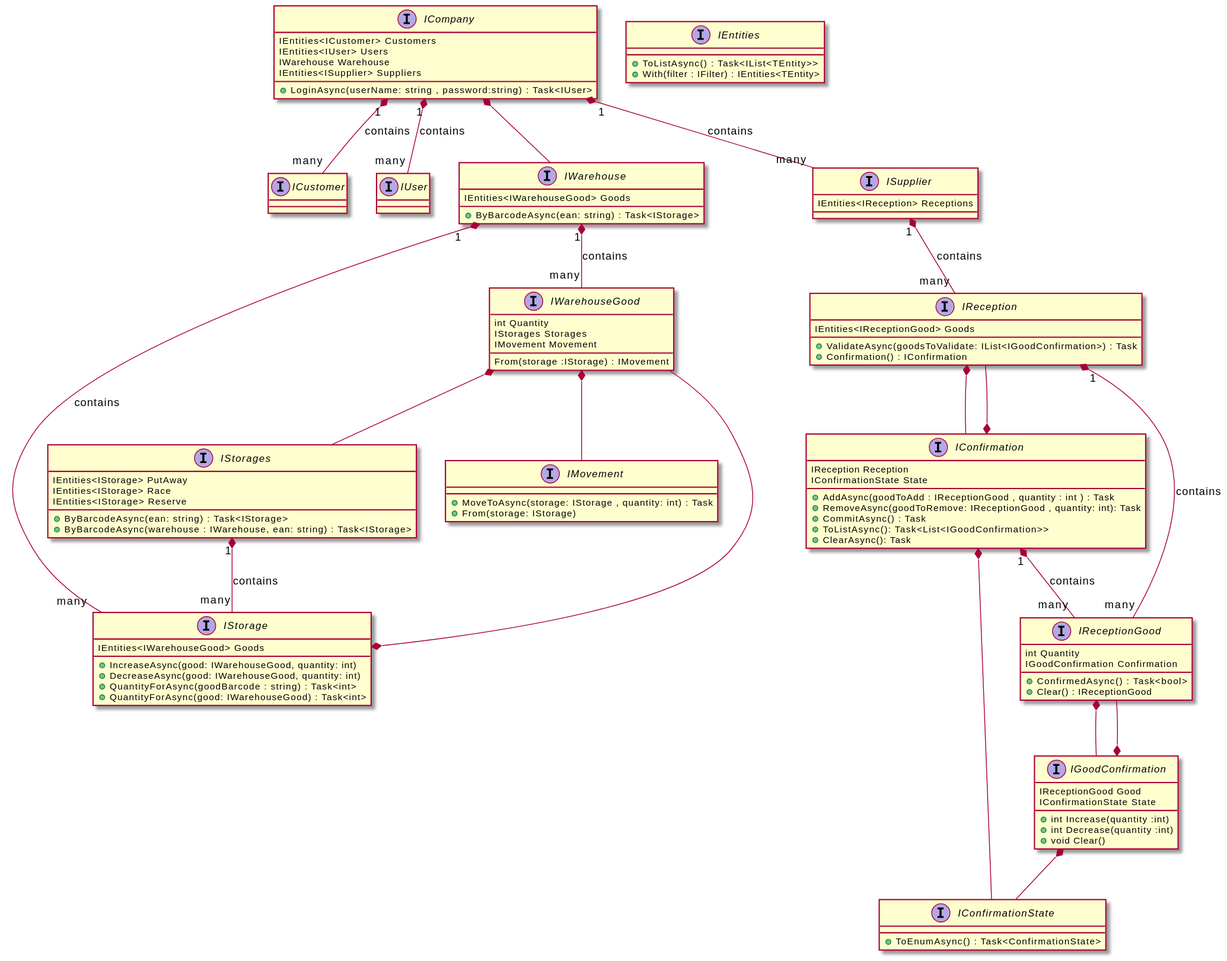
This is docs/warehouse.uml.svg from souly84/Warehouse.Core, a PlantUML export, as it was before one commit.
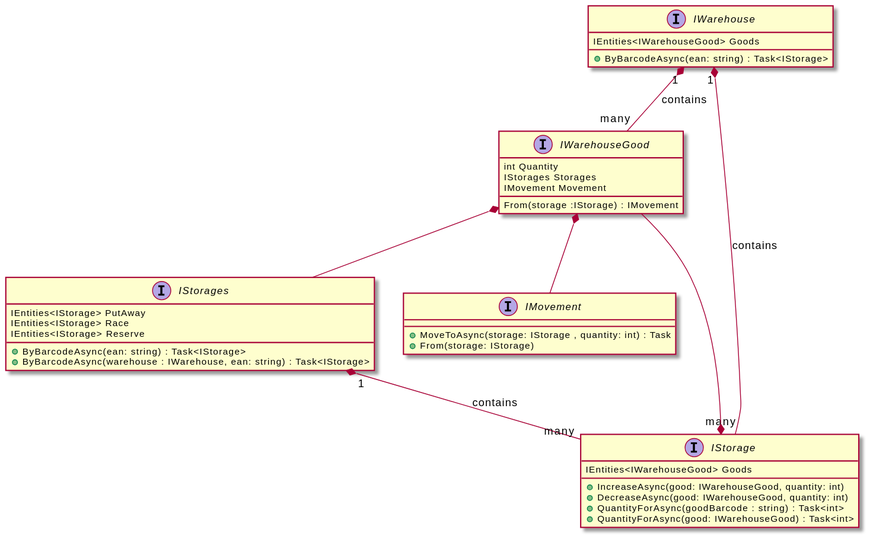
The same file after the commit.

The edit, as a diff of the source:
```diff
@@ -1,67 +1,9 @@
 @startuml
-interface       ICompany
-{
-  IEntities<ICustomer> Customers
-  IEntities<IUser> Users
-  IWarehouse Warehouse
-  IEntities<ISupplier> Suppliers
-  +LoginAsync(userName: string , password:string) : Task<IUser>
-}
-
-interface       IEntities
-{
-  +ToListAsync() : Task<IList<TEntity>>
-  +With(filter : IFilter) : IEntities<TEntity>
-}
-
-interface       ICustomer
-interface       IUser
 interface       IWarehouse
 {
   IEntities<IWarehouseGood> Goods
 
   +ByBarcodeAsync(ean: string) : Task<IStorage>
-}
-interface       ISupplier
-{
-  IEntities<IReception> Receptions
-}
-interface       IReception
-{
-  IEntities<IReceptionGood> Goods
-
-  +ValidateAsync(goodsToValidate: IList<IGoodConfirmation>) : Task
-  +Confirmation() : IConfirmation
-}
-
-interface     IConfirmation
-{
-  IReception Reception
-  IConfirmationState State
-
-  +AddAsync(goodToAdd : IReceptionGood , quantity : int ) : Task
-  +RemoveAsync(goodToRemove: IReceptionGood , quantity: int): Task
-  +CommitAsync() : Task
-  +ToListAsync(): Task<List<IGoodConfirmation>>
-  +ClearAsync(): Task
-}
-
-interface       IReceptionGood
-{
-  int Quantity
-  IGoodConfirmation Confirmation
-
-  +ConfirmedAsync() : Task<bool>
-  +Clear() : IReceptionGood
-}
-interface       IGoodConfirmation
-{
-  IReceptionGood Good
-  IConfirmationState State
-
-  +int Increase(quantity :int)
-  +int Decrease(quantity :int)
-  +void Clear()
 }
 
 interface     IWarehouseGood
@@ -96,29 +38,6 @@
   +MoveToAsync(storage: IStorage , quantity: int) : Task
   +From(storage: IStorage)
 }
-interface     IConfirmationState
-{
-  +ToEnumAsync() : Task<ConfirmationState>
-}
-
-ICompany "1" *-- "many" ICustomer : contains
-ICompany "1" *-- "many" IUser : contains
-ICompany "1" *-- "many" ISupplier : contains
-ICompany *-- IWarehouse
-
-ISupplier "1" *-- "many" IReception : contains
-
-IReception "1" *-- "many" IReceptionGood : contains
-IReception *-- IConfirmation
-IReceptionGood *-- IGoodConfirmation
-
-IConfirmation *-- IReception
-IConfirmation *-- IConfirmationState
-IConfirmation "1" *-- "many" IReceptionGood : contains
-
-
-IGoodConfirmation *-- IConfirmationState
-IGoodConfirmation *-- IReceptionGood
 
 IWarehouse "1" *-- "many" IWarehouseGood : contains
 IWarehouse "1" *-- "many" IStorage : contains
```
